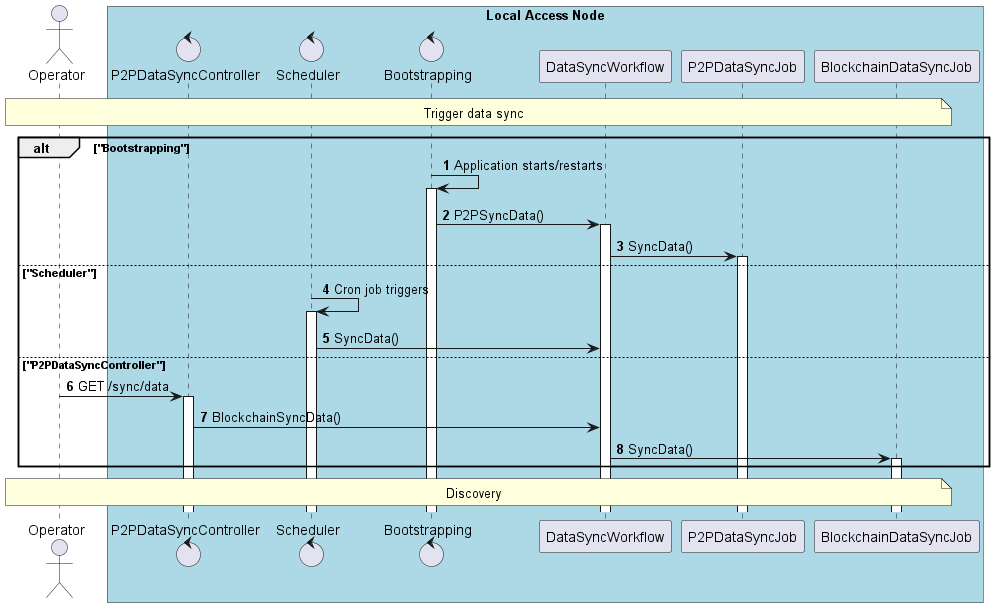
Above: desmos-tech-doc/images/use-case-data-synchronization-1-triggering.png in in2workspace/in2-guides (PlantUML), before the change.
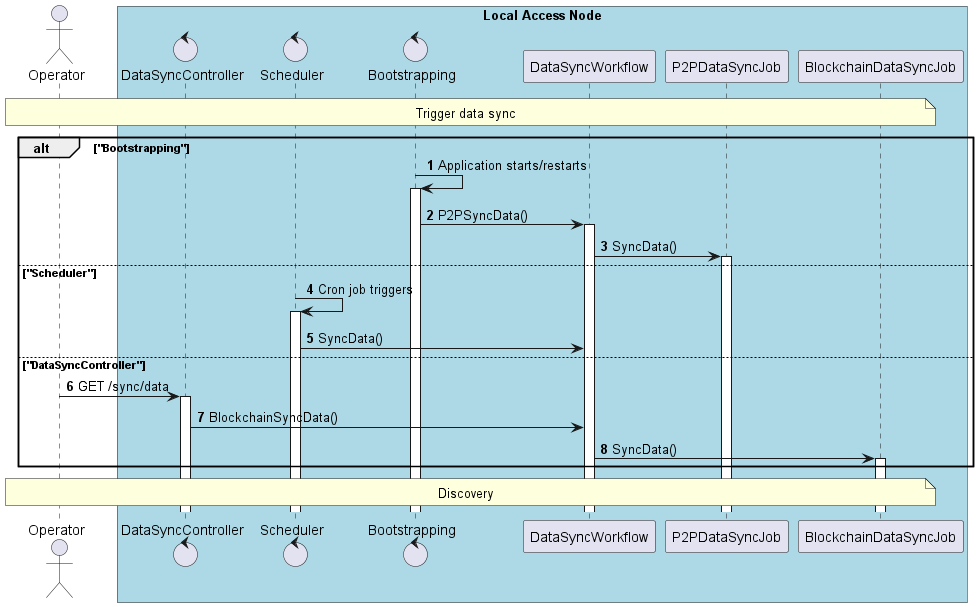
The same file after the commit.

Commit message:
fix(data-syncronization): change p2p data sync controller to data sync controller

What changed in the source:
```diff
@@ -7,7 +7,7 @@
 actor "Operator" as operator
 
 box "Local Access Node" #LightBlue
-    control "P2PDataSyncController" as p2p_data_sync_controller_workflow
+    control "DataSyncController" as data_sync_controller
     control "Scheduler" as scheduler
     control "Bootstrapping" as bootstrapping
     participant "DataSyncWorkflow" as data_sync_workflow
@@ -27,9 +27,9 @@
 else "Scheduler"
     scheduler -> scheduler++: Cron job triggers
     scheduler -> data_sync_workflow: SyncData()
-else "P2PDataSyncController"
-    operator -> p2p_data_sync_controller_workflow++: GET /sync/data
-    p2p_data_sync_controller_workflow -> data_sync_workflow: BlockchainSyncData()
+else "DataSyncController"
+    operator -> data_sync_controller++: GET /sync/data
+    data_sync_controller -> data_sync_workflow: BlockchainSyncData()
     data_sync_workflow -> blockchain_data_sync_job++: SyncData()
 end
 
```
